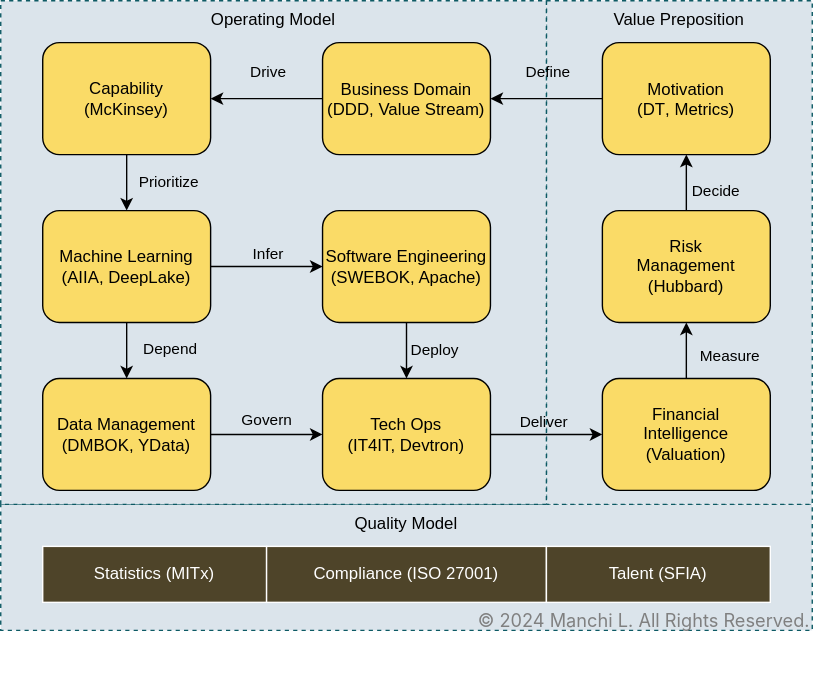
Before: antora/docs/modules/ROOT/images/bok.drawio.svg, a diagram exported from draw.io (man-chi/foundation). Source tidied: cells renumbered, new cells last; positions are measured from the earlier drawing's top-left corner, leaving out a move shared by most shapes.
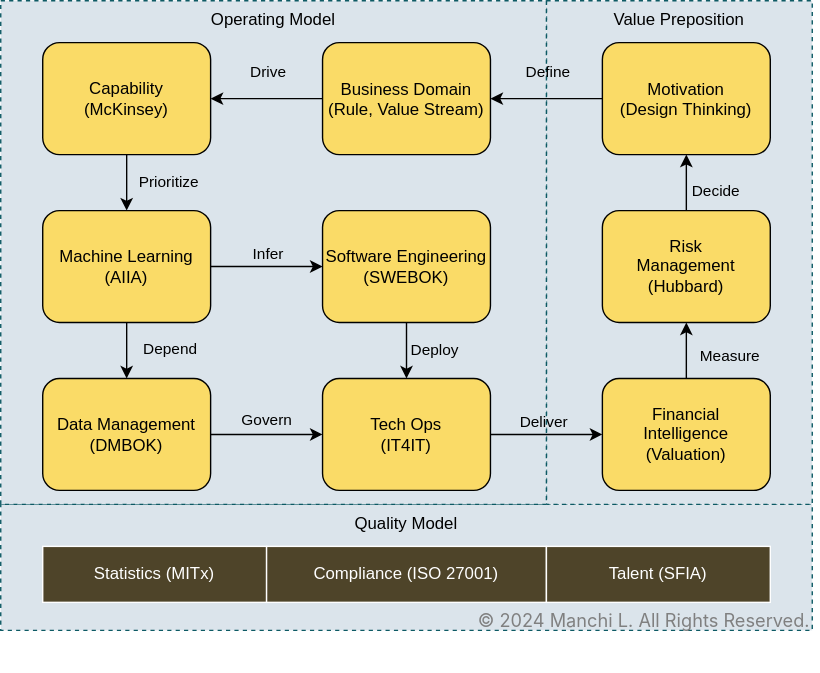
After the commit.

Commit message:
Update index page and image

The edit, as a diff of the source:
```diff
@@ -34,7 +34,7 @@
         <mxPoint x="10" y="-19" as="offset" />
       </mxGeometry>
     </mxCell>
-    <mxCell id="11" value="&lt;p style=&quot;margin: 0px; font-variant-numeric: normal; font-variant-east-asian: normal; font-variant-alternates: normal; font-kerning: auto; font-optical-sizing: auto; font-feature-settings: normal; font-variation-settings: normal; font-stretch: normal; line-height: normal; -webkit-text-stroke-color: rgb(0, 0, 0);&quot; class=&quot;p1&quot;&gt;Business Domain&lt;/p&gt;&lt;p style=&quot;margin: 0px; font-variant-numeric: normal; font-variant-east-asian: normal; font-variant-alternates: normal; font-kerning: auto; font-optical-sizing: auto; font-feature-settings: normal; font-variation-settings: normal; font-stretch: normal; line-height: normal; -webkit-text-stroke-color: rgb(0, 0, 0);&quot; class=&quot;p1&quot;&gt;(DDD, Value Stream)&lt;/p&gt;" style="rounded=1;whiteSpace=wrap;html=1;fillColor=#FADB67;align=center;" parent="1" vertex="1">
+    <mxCell id="11" value="&lt;p style=&quot;margin: 0px; font-variant-numeric: normal; font-variant-east-asian: normal; font-variant-alternates: normal; font-kerning: auto; font-optical-sizing: auto; font-feature-settings: normal; font-variation-settings: normal; font-stretch: normal; line-height: normal; -webkit-text-stroke-color: rgb(0, 0, 0);&quot; class=&quot;p1&quot;&gt;Business Domain&lt;/p&gt;&lt;p style=&quot;margin: 0px; font-variant-numeric: normal; font-variant-east-asian: normal; font-variant-alternates: normal; font-kerning: auto; font-optical-sizing: auto; font-feature-settings: normal; font-variation-settings: normal; font-stretch: normal; line-height: normal; -webkit-text-stroke-color: rgb(0, 0, 0);&quot; class=&quot;p1&quot;&gt;(Rule, Value Stream)&lt;/p&gt;" style="rounded=1;whiteSpace=wrap;html=1;fillColor=#FADB67;align=center;" parent="1" vertex="1">
       <mxGeometry x="230" y="30" width="120" height="80" as="geometry" />
     </mxCell>
     <mxCell id="12" style="edgeStyle=orthogonalEdgeStyle;rounded=0;jettySize=auto;html=1;entryX=1;entryY=0.5;entryDx=0;entryDy=0;" parent="1" edge="1" source="14" target="11">
@@ -45,7 +45,7 @@
         <mxPoint x="6" y="-19" as="offset" />
       </mxGeometry>
     </mxCell>
-    <mxCell id="14" value="&lt;p style=&quot;font-variant-numeric: normal; font-variant-east-asian: normal; font-variant-alternates: normal; font-kerning: auto; font-optical-sizing: auto; font-feature-settings: normal; font-variation-settings: normal; font-stretch: normal; line-height: normal; -webkit-text-stroke-color: rgb(0, 0, 0); margin: 0px;&quot; class=&quot;p1&quot;&gt;Motivation&lt;/p&gt;&lt;p style=&quot;font-variant-numeric: normal; font-variant-east-asian: normal; font-variant-alternates: normal; font-kerning: auto; font-optical-sizing: auto; font-feature-settings: normal; font-variation-settings: normal; font-stretch: normal; line-height: normal; -webkit-text-stroke-color: rgb(0, 0, 0); margin: 0px;&quot; class=&quot;p1&quot;&gt;&lt;span style=&quot;font-kerning: none;&quot; class=&quot;s1&quot;&gt;(DT, Metrics)&lt;/span&gt;&lt;/p&gt;" style="rounded=1;whiteSpace=wrap;html=1;fillColor=#FADB67;align=center;" parent="1" vertex="1">
+    <mxCell id="14" value="&lt;p style=&quot;font-variant-numeric: normal; font-variant-east-asian: normal; font-variant-alternates: normal; font-kerning: auto; font-optical-sizing: auto; font-feature-settings: normal; font-variation-settings: normal; font-stretch: normal; line-height: normal; -webkit-text-stroke-color: rgb(0, 0, 0); margin: 0px;&quot; class=&quot;p1&quot;&gt;Motivation&lt;/p&gt;&lt;p style=&quot;font-variant-numeric: normal; font-variant-east-asian: normal; font-variant-alternates: normal; font-kerning: auto; font-optical-sizing: auto; font-feature-settings: normal; font-variation-settings: normal; font-stretch: normal; line-height: normal; -webkit-text-stroke-color: rgb(0, 0, 0); margin: 0px;&quot; class=&quot;p1&quot;&gt;&lt;span style=&quot;font-kerning: none;&quot; class=&quot;s1&quot;&gt;(Design Thinking)&lt;/span&gt;&lt;/p&gt;" style="rounded=1;whiteSpace=wrap;html=1;fillColor=#FADB67;align=center;" parent="1" vertex="1">
       <mxGeometry x="430" y="30" width="120" height="80" as="geometry" />
     </mxCell>
     <mxCell id="15" style="edgeStyle=none;rounded=0;jettySize=auto;html=1;entryX=0;entryY=0.5;entryDx=0;entryDy=0;" parent="1" edge="1" source="19" target="24">
@@ -64,7 +64,7 @@
         <mxPoint x="29" as="offset" />
       </mxGeometry>
     </mxCell>
-    <mxCell id="19" value="Machine Learning&lt;br&gt;(AIIA, DeepLake)" style="rounded=1;whiteSpace=wrap;html=1;fillColor=#FADB67;" parent="1" vertex="1">
+    <mxCell id="19" value="Machine Learning&lt;br&gt;(AIIA)" style="rounded=1;whiteSpace=wrap;html=1;fillColor=#FADB67;" parent="1" vertex="1">
       <mxGeometry x="30" y="150" width="120" height="80" as="geometry" />
     </mxCell>
     <mxCell id="20" style="edgeStyle=orthogonalEdgeStyle;rounded=0;jettySize=auto;html=1;" parent="1" edge="1" source="22" target="32">
@@ -75,13 +75,13 @@
         <mxPoint y="-12" as="offset" />
       </mxGeometry>
     </mxCell>
-    <mxCell id="22" value="Tech Ops&lt;br&gt;(IT4IT, Devtron)" style="rounded=1;whiteSpace=wrap;html=1;fillColor=#FADB67;" parent="1" vertex="1">
+    <mxCell id="22" value="Tech Ops&lt;br&gt;(IT4IT)" style="rounded=1;whiteSpace=wrap;html=1;fillColor=#FADB67;" parent="1" vertex="1">
       <mxGeometry x="230" y="270" width="120" height="80" as="geometry" />
     </mxCell>
     <mxCell id="23" value="Deploy" style="edgeStyle=none;rounded=0;jettySize=auto;html=1;labelBackgroundColor=none;" parent="1" edge="1" source="24" target="22">
       <mxGeometry y="20" relative="1" as="geometry" />
     </mxCell>
-    <mxCell id="24" value="Software Engineering&lt;br style=&quot;border-color: var(--border-color);&quot;&gt;(SWEBOK, Apache)" style="rounded=1;whiteSpace=wrap;html=1;fillColor=#FADB67;" parent="1" vertex="1">
+    <mxCell id="24" value="Software Engineering&lt;br style=&quot;border-color: var(--border-color);&quot;&gt;(SWEBOK)" style="rounded=1;whiteSpace=wrap;html=1;fillColor=#FADB67;" parent="1" vertex="1">
       <mxGeometry x="230" y="150" width="120" height="80" as="geometry" />
     </mxCell>
     <mxCell id="25" value="Govern" style="edgeStyle=orthogonalEdgeStyle;rounded=0;jettySize=auto;html=1;entryX=0;entryY=0.5;entryDx=0;entryDy=0;labelBackgroundColor=none;" parent="1" edge="1" target="22">
@@ -89,7 +89,7 @@
         <mxPoint x="144" y="310" as="sourcePoint" />
       </mxGeometry>
     </mxCell>
-    <mxCell id="26" value="Data Management&lt;br&gt;(DMBOK, YData)" style="rounded=1;whiteSpace=wrap;html=1;fillColor=#FADB67;" parent="1" vertex="1">
+    <mxCell id="26" value="Data Management&lt;br&gt;(DMBOK)" style="rounded=1;whiteSpace=wrap;html=1;fillColor=#FADB67;" parent="1" vertex="1">
       <mxGeometry x="30" y="270" width="120" height="80" as="geometry" />
     </mxCell>
     <mxCell id="27" style="edgeStyle=none;rounded=0;jettySize=auto;html=1;entryX=0.5;entryY=1;entryDx=0;entryDy=0;" parent="1" edge="1" source="29" target="14">
```
